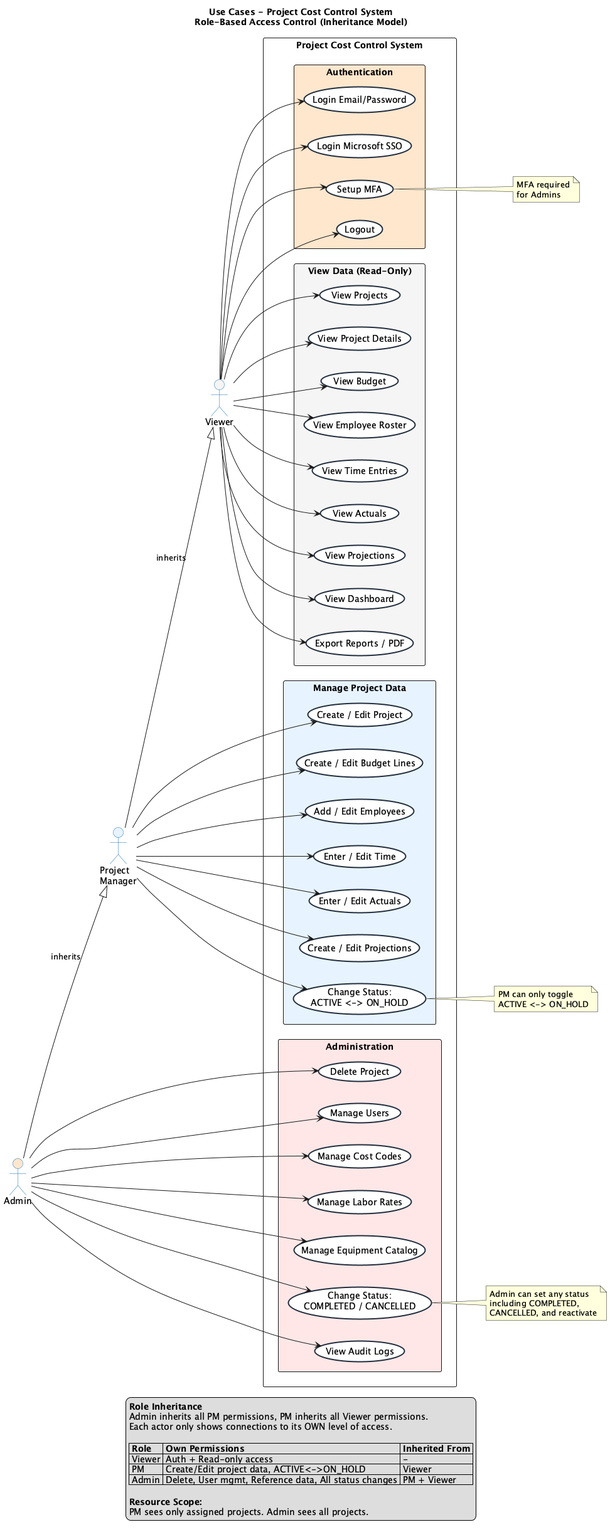
Above: docs/diagrams/architecture/03-use-cases.png in jameseraynor/Stephen (PlantUML), before the change.
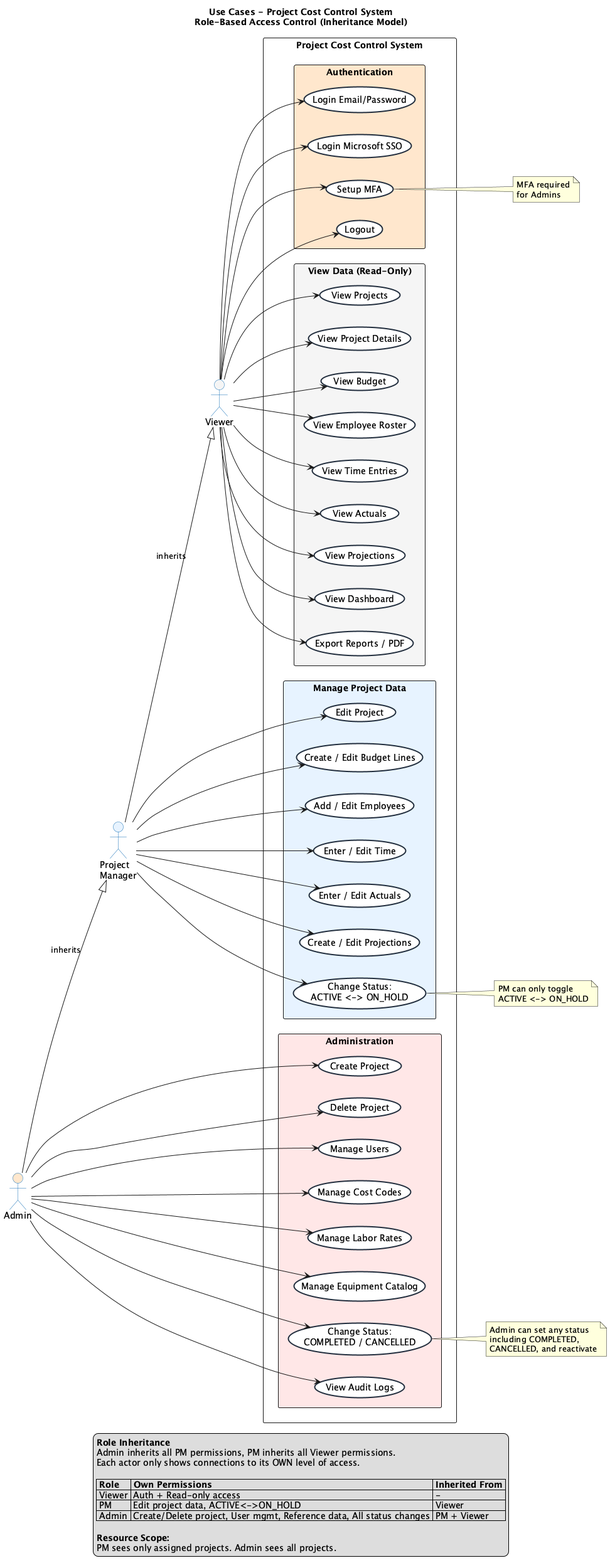
After the commit.

Change to the diagram source:
```diff
@@ -41,7 +41,7 @@
   }
 
   package "Manage Project Data" #E6F3FF {
-    (Create / Edit Project) as UC5
+    (Edit Project) as UC5
     (Create / Edit Budget Lines) as UC10
     (Add / Edit Employees) as UC14
     (Enter / Edit Time) as UC18
@@ -51,6 +51,7 @@
   }
 
   package "Administration" #FFE6E6 {
+    (Create Project) as UC6
     (Delete Project) as UC7
     (Manage Users) as UC34
     (Manage Cost Codes) as UC35
@@ -83,6 +84,7 @@
 pm --> UC26
 pm --> UC_STATUS_PM
 
+admin --> UC6
 admin --> UC7
 admin --> UC34
 admin --> UC35
@@ -114,8 +116,8 @@
 
   |= Role |= Own Permissions |= Inherited From |
   | Viewer | Auth + Read-only access | - |
-  | PM | Create/Edit project data, ACTIVE<->ON_HOLD | Viewer |
-  | Admin | Delete, User mgmt, Reference data, All status changes | PM + Viewer |
+  | PM | Edit project data, ACTIVE<->ON_HOLD | Viewer |
+  | Admin | Create/Delete project, User mgmt, Reference data, All status changes | PM + Viewer |
 
   <b>Resource Scope:</b>
   PM sees only assigned projects. Admin sees all projects.
```
